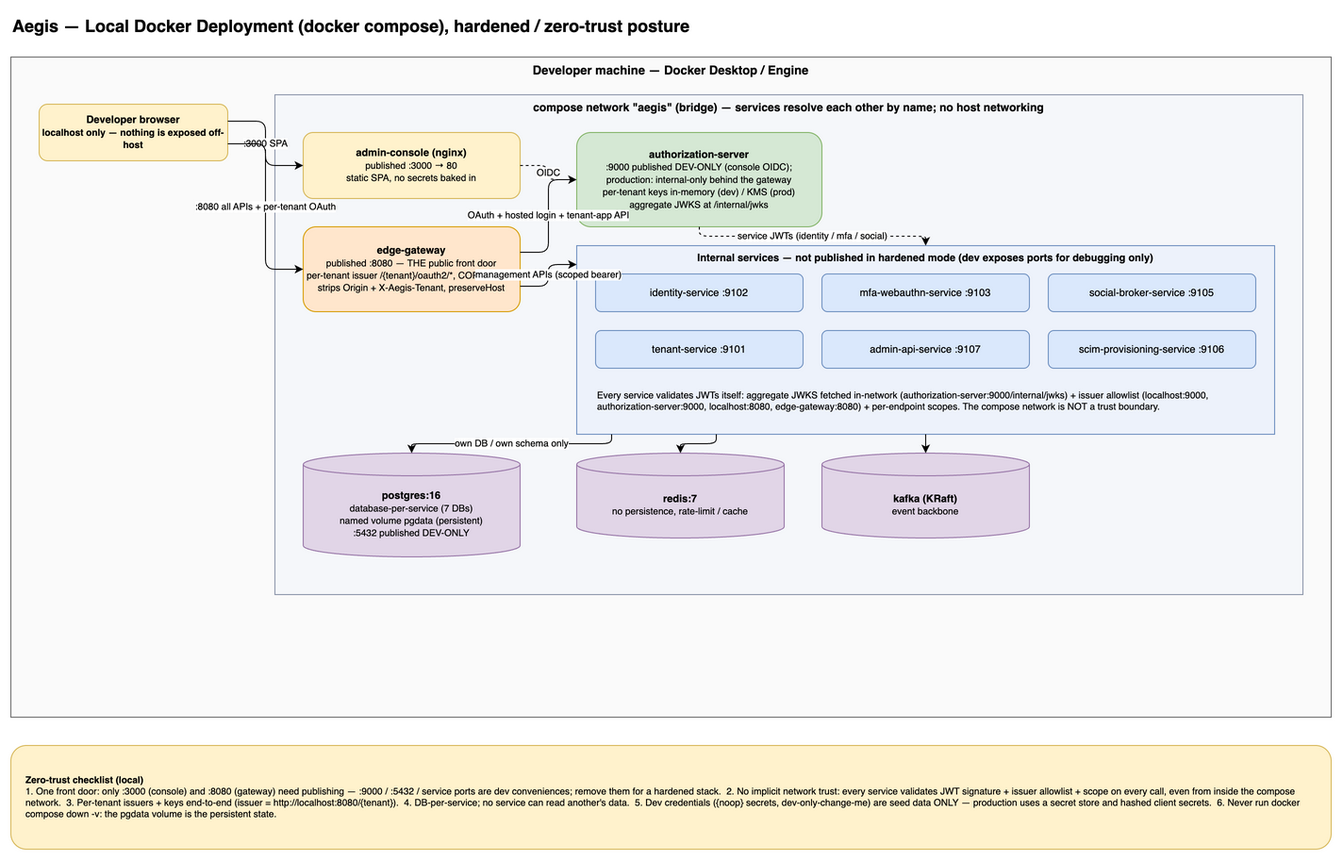
Earlier version of the draw.io export architecture/diagrams/infra-docker-local.drawio.png (AegisIdentity/aegis-platform-docs). Source tidied: cells renumbered, new cells last; positions are measured from the earlier drawing's top-left corner, leaving out a move shared by most shapes. The source it was exported from:
```xml
<mxGraphModel>
  <root>
    <mxCell id="0" />
    <mxCell id="1" parent="0" />
    <mxCell id="2" value="Aegis — Local Docker Deployment (docker compose), hardened / zero-trust posture" style="text;html=1;fontSize=18;fontStyle=1;align=left;" parent="1" vertex="1">
      <mxGeometry width="1000" height="30" as="geometry" />
    </mxCell>
    <mxCell id="3" value="Developer machine — Docker Desktop / Engine" style="rounded=0;whiteSpace=wrap;html=1;verticalAlign=top;fontStyle=1;fillColor=#FAFAFA;strokeColor=#666666;fontSize=13;" parent="1" vertex="1">
      <mxGeometry y="50" width="1400" height="700" as="geometry" />
    </mxCell>
    <mxCell id="4" value="Developer browser&lt;br&gt;&lt;font style=&quot;font-size:10px&quot;&gt;localhost only — nothing is exposed off-host&lt;/font&gt;" style="rounded=1;whiteSpace=wrap;html=1;fillColor=#FFF2CC;strokeColor=#D6B656;fontSize=11;fontStyle=1;" parent="1" vertex="1">
      <mxGeometry x="30" y="100" width="200" height="60" as="geometry" />
    </mxCell>
    <mxCell id="5" value="compose network &quot;aegis&quot; (bridge) — services resolve each other by name; no host networking" style="rounded=0;whiteSpace=wrap;html=1;verticalAlign=top;fontStyle=1;fillColor=#F5F7FA;strokeColor=#8892A6;fontSize=12;" parent="1" vertex="1">
      <mxGeometry x="280" y="90" width="1090" height="530" as="geometry" />
    </mxCell>
    <mxCell id="6" value="admin-console (nginx)&lt;br&gt;&lt;font style=&quot;font-size:10px;font-weight:normal&quot;&gt;published :3000 → 80&lt;br&gt;static SPA, no secrets baked in&lt;/font&gt;" style="rounded=1;whiteSpace=wrap;html=1;fillColor=#FFF2CC;strokeColor=#D6B656;fontSize=11;fontStyle=1;" parent="1" vertex="1">
      <mxGeometry x="310" y="130" width="230" height="70" as="geometry" />
    </mxCell>
    <mxCell id="7" value="edge-gateway&lt;br&gt;&lt;font style=&quot;font-size:10px;font-weight:normal&quot;&gt;published :8080 — THE public front door&lt;br&gt;per-tenant issuer /{tenant}/oauth2/*, CORS owner,&lt;br&gt;strips Origin + X-Aegis-Tenant, preserveHost&lt;/font&gt;" style="rounded=1;whiteSpace=wrap;html=1;fillColor=#FFE6CC;strokeColor=#D79B00;fontSize=11;fontStyle=1;" parent="1" vertex="1">
      <mxGeometry x="310" y="230" width="230" height="90" as="geometry" />
    </mxCell>
    <mxCell id="8" value="authorization-server&lt;br&gt;&lt;font style=&quot;font-size:10px;font-weight:normal&quot;&gt;:9000 published DEV-ONLY (console OIDC);&lt;br&gt;production: internal-only behind the gateway&lt;br&gt;per-tenant keys in-memory (dev) / KMS (prod)&lt;br&gt;aggregate JWKS at /internal/jwks&lt;/font&gt;" style="rounded=1;whiteSpace=wrap;html=1;fillColor=#D5E8D4;strokeColor=#82B366;fontSize=11;fontStyle=1;" parent="1" vertex="1">
      <mxGeometry x="600" y="130" width="260" height="100" as="geometry" />
    </mxCell>
    <mxCell id="9" value="Internal services — not published in hardened mode (dev exposes ports for debugging only)" style="rounded=0;whiteSpace=wrap;html=1;verticalAlign=top;fontStyle=1;fillColor=#EDF2FB;strokeColor=#6C8EBF;fontSize=11;" parent="1" vertex="1">
      <mxGeometry x="600" y="250" width="740" height="200" as="geometry" />
    </mxCell>
    <mxCell id="10" value="identity-service :9102" style="rounded=1;whiteSpace=wrap;html=1;fillColor=#DAE8FC;strokeColor=#6C8EBF;fontSize=11;" parent="1" vertex="1">
      <mxGeometry x="620" y="280" width="220" height="40" as="geometry" />
    </mxCell>
    <mxCell id="11" value="mfa-webauthn-service :9103" style="rounded=1;whiteSpace=wrap;html=1;fillColor=#DAE8FC;strokeColor=#6C8EBF;fontSize=11;" parent="1" vertex="1">
      <mxGeometry x="860" y="280" width="220" height="40" as="geometry" />
    </mxCell>
    <mxCell id="12" value="social-broker-service :9105" style="rounded=1;whiteSpace=wrap;html=1;fillColor=#DAE8FC;strokeColor=#6C8EBF;fontSize=11;" parent="1" vertex="1">
      <mxGeometry x="1100" y="280" width="220" height="40" as="geometry" />
    </mxCell>
    <mxCell id="13" value="tenant-service :9101" style="rounded=1;whiteSpace=wrap;html=1;fillColor=#DAE8FC;strokeColor=#6C8EBF;fontSize=11;" parent="1" vertex="1">
      <mxGeometry x="620" y="340" width="220" height="40" as="geometry" />
    </mxCell>
    <mxCell id="14" value="admin-api-service :9107" style="rounded=1;whiteSpace=wrap;html=1;fillColor=#DAE8FC;strokeColor=#6C8EBF;fontSize=11;" parent="1" vertex="1">
      <mxGeometry x="860" y="340" width="220" height="40" as="geometry" />
    </mxCell>
    <mxCell id="15" value="scim-provisioning-service :9106" style="rounded=1;whiteSpace=wrap;html=1;fillColor=#DAE8FC;strokeColor=#6C8EBF;fontSize=11;" parent="1" vertex="1">
      <mxGeometry x="1100" y="340" width="220" height="40" as="geometry" />
    </mxCell>
    <mxCell id="16" value="Every service validates JWTs itself: aggregate JWKS fetched in-network (authorization-server:9000/internal/jwks) + issuer allowlist (localhost:9000, authorization-server:9000, localhost:8080, edge-gateway:8080) + per-endpoint scopes. The compose network is NOT a trust boundary." style="rounded=0;whiteSpace=wrap;html=1;fontSize=10;align=left;fillColor=none;strokeColor=none;" parent="1" vertex="1">
      <mxGeometry x="620" y="390" width="700" height="50" as="geometry" />
    </mxCell>
    <mxCell id="17" value="postgres:16&lt;br&gt;&lt;font style=&quot;font-size:10px;font-weight:normal&quot;&gt;database-per-service (7 DBs)&lt;br&gt;named volume pgdata (persistent)&lt;br&gt;:5432 published DEV-ONLY&lt;/font&gt;" style="shape=cylinder3;whiteSpace=wrap;html=1;boundedLbl=1;backgroundOutline=1;size=12;fillColor=#E1D5E7;strokeColor=#9673A6;fontSize=11;fontStyle=1;" parent="1" vertex="1">
      <mxGeometry x="310" y="470" width="230" height="110" as="geometry" />
    </mxCell>
    <mxCell id="18" value="redis:7&lt;br&gt;&lt;font style=&quot;font-size:10px;font-weight:normal&quot;&gt;no persistence, rate-limit / cache&lt;/font&gt;" style="shape=cylinder3;whiteSpace=wrap;html=1;boundedLbl=1;backgroundOutline=1;size=12;fillColor=#E1D5E7;strokeColor=#9673A6;fontSize=11;fontStyle=1;" parent="1" vertex="1">
      <mxGeometry x="600" y="470" width="220" height="90" as="geometry" />
    </mxCell>
    <mxCell id="19" value="kafka (KRaft)&lt;br&gt;&lt;font style=&quot;font-size:10px;font-weight:normal&quot;&gt;event backbone&lt;/font&gt;" style="shape=cylinder3;whiteSpace=wrap;html=1;boundedLbl=1;backgroundOutline=1;size=12;fillColor=#E1D5E7;strokeColor=#9673A6;fontSize=11;fontStyle=1;" parent="1" vertex="1">
      <mxGeometry x="860" y="470" width="220" height="90" as="geometry" />
    </mxCell>
    <mxCell id="20" value=":3000 SPA" style="edgeStyle=orthogonalEdgeStyle;rounded=1;html=1;fontSize=10;labelBackgroundColor=#FFFFFF;exitX=1;exitY=0.3;entryX=0;entryY=0.5;" parent="1" edge="1" source="4" target="6">
      <mxGeometry relative="1" as="geometry" />
    </mxCell>
    <mxCell id="21" value=":8080 all APIs + per-tenant OAuth" style="edgeStyle=orthogonalEdgeStyle;rounded=1;html=1;fontSize=10;labelBackgroundColor=#FFFFFF;exitX=1;exitY=0.7;entryX=0;entryY=0.5;" parent="1" edge="1" source="4" target="7">
      <mxGeometry relative="1" as="geometry" />
    </mxCell>
    <mxCell id="22" value="OAuth + hosted login + tenant-app API" style="edgeStyle=orthogonalEdgeStyle;rounded=1;html=1;fontSize=10;exitX=1;exitY=0.3;entryX=0;entryY=0.5;" parent="1" edge="1" source="7" target="8">
      <mxGeometry relative="1" as="geometry" />
    </mxCell>
    <mxCell id="23" value="management APIs (scoped bearer)" style="edgeStyle=orthogonalEdgeStyle;rounded=1;html=1;fontSize=10;labelBackgroundColor=#FFFFFF;exitX=1;exitY=0.7;entryX=0;entryY=0.1;" parent="1" edge="1" source="7" target="9">
      <mxGeometry relative="1" as="geometry" />
    </mxCell>
    <mxCell id="24" value="service JWTs (identity / mfa / social)" style="edgeStyle=orthogonalEdgeStyle;rounded=1;html=1;fontSize=10;dashed=1;exitX=0.5;exitY=1;entryX=0.5;entryY=0;" parent="1" edge="1" source="8" target="9">
      <mxGeometry relative="1" as="geometry" />
    </mxCell>
    <mxCell id="25" style="edgeStyle=orthogonalEdgeStyle;rounded=1;html=1;fontSize=10;exitX=0.2;exitY=1;entryX=0.5;entryY=0;" parent="1" edge="1" source="9" target="18">
      <mxGeometry relative="1" as="geometry" />
    </mxCell>
    <mxCell id="26" value="own DB / own schema only" style="edgeStyle=orthogonalEdgeStyle;rounded=1;html=1;fontSize=10;exitX=0.05;exitY=1;entryX=0.5;entryY=0;" parent="1" edge="1" source="9" target="17">
      <mxGeometry relative="1" as="geometry" />
    </mxCell>
    <mxCell id="27" style="edgeStyle=orthogonalEdgeStyle;rounded=1;html=1;fontSize=10;exitX=0.5;exitY=1;entryX=0.5;entryY=0;" parent="1" edge="1" source="9" target="19">
      <mxGeometry relative="1" as="geometry" />
    </mxCell>
    <mxCell id="28" value="&lt;b&gt;Zero-trust checklist (local)&lt;/b&gt;&lt;br&gt;1. One front door: only :3000 (console) and :8080 (gateway) need publishing — :9000 / :5432 / service ports are dev conveniences; remove them for a hardened stack.&amp;nbsp;&amp;nbsp;2. No implicit network trust: every service validates JWT signature + issuer allowlist + scope on every call, even from inside the compose network.&amp;nbsp;&amp;nbsp;3. Per-tenant issuers + keys end-to-end (issuer = http://localhost:8080/{tenant}).&amp;nbsp;&amp;nbsp;4. DB-per-service; no service can read another's data.&amp;nbsp;&amp;nbsp;5. Dev credentials ({noop} secrets, dev-only-change-me) are seed data ONLY — production uses a secret store and hashed client secrets.&amp;nbsp;&amp;nbsp;6. Never run docker compose down -v: the pgdata volume is the persistent state." style="rounded=1;whiteSpace=wrap;html=1;fillColor=#FFF2CC;strokeColor=#D6B656;fontSize=10;align=left;spacingLeft=10;spacing=6;" parent="1" vertex="1">
      <mxGeometry y="780" width="1400" height="110" as="geometry" />
    </mxCell>
    <mxCell id="29" value="OIDC" style="edgeStyle=orthogonalEdgeStyle;rounded=1;html=1;fontSize=10;dashed=1;exitX=1;exitY=0.5;entryX=0;entryY=0.5;" parent="1" edge="1" source="6" target="8">
      <mxGeometry relative="1" as="geometry" />
    </mxCell>
  </root>
</mxGraphModel>
```
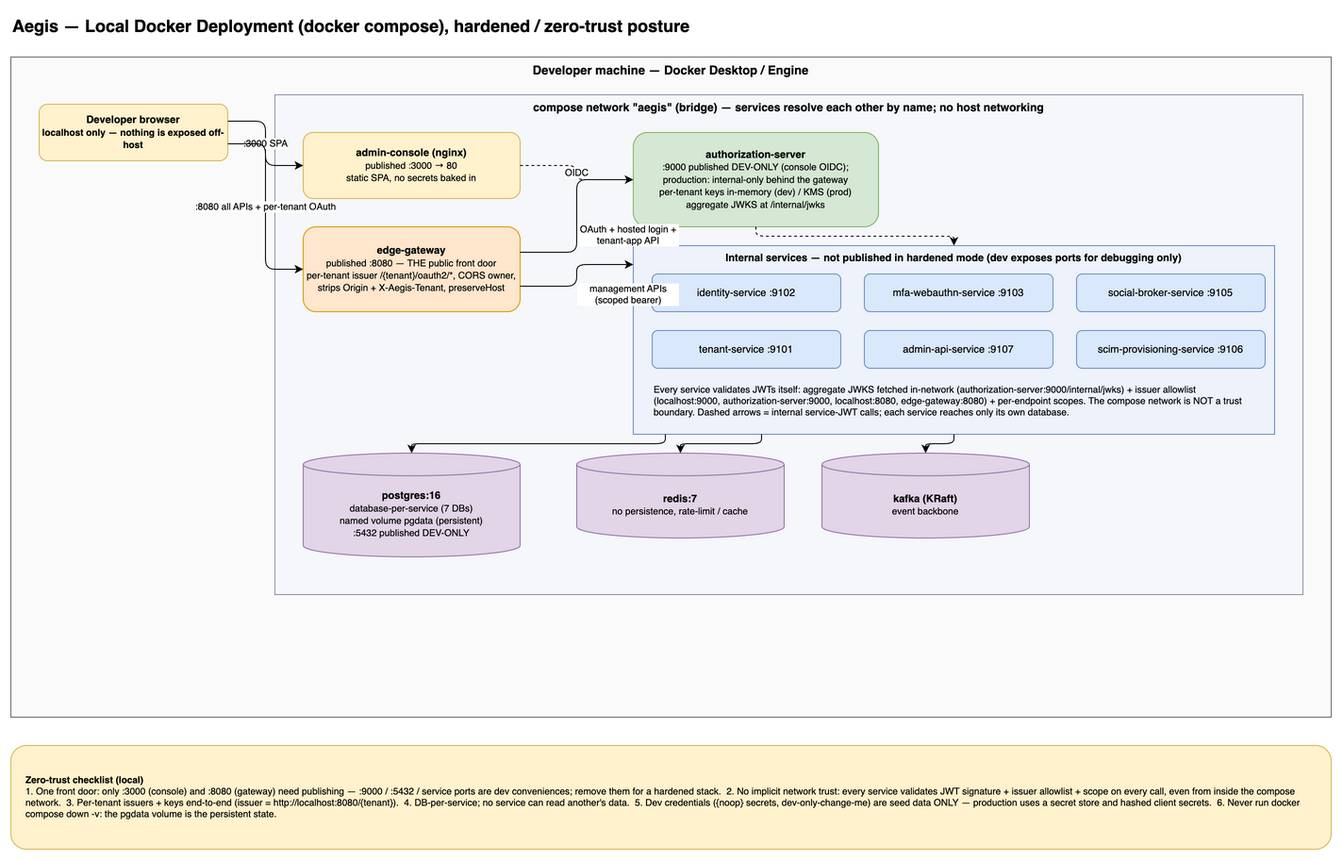
Above is the later version.

Change to the diagram source:
```diff
@@ -21,31 +21,31 @@
       <mxGeometry x="310" y="230" width="230" height="90" as="geometry" />
     </mxCell>
     <mxCell id="8" value="authorization-server&lt;br&gt;&lt;font style=&quot;font-size:10px;font-weight:normal&quot;&gt;:9000 published DEV-ONLY (console OIDC);&lt;br&gt;production: internal-only behind the gateway&lt;br&gt;per-tenant keys in-memory (dev) / KMS (prod)&lt;br&gt;aggregate JWKS at /internal/jwks&lt;/font&gt;" style="rounded=1;whiteSpace=wrap;html=1;fillColor=#D5E8D4;strokeColor=#82B366;fontSize=11;fontStyle=1;" parent="1" vertex="1">
-      <mxGeometry x="600" y="130" width="260" height="100" as="geometry" />
+      <mxGeometry x="660" y="130" width="260" height="100" as="geometry" />
     </mxCell>
     <mxCell id="9" value="Internal services — not published in hardened mode (dev exposes ports for debugging only)" style="rounded=0;whiteSpace=wrap;html=1;verticalAlign=top;fontStyle=1;fillColor=#EDF2FB;strokeColor=#6C8EBF;fontSize=11;" parent="1" vertex="1">
-      <mxGeometry x="600" y="250" width="740" height="200" as="geometry" />
+      <mxGeometry x="660" y="250" width="680" height="200" as="geometry" />
     </mxCell>
     <mxCell id="10" value="identity-service :9102" style="rounded=1;whiteSpace=wrap;html=1;fillColor=#DAE8FC;strokeColor=#6C8EBF;fontSize=11;" parent="1" vertex="1">
-      <mxGeometry x="620" y="280" width="220" height="40" as="geometry" />
+      <mxGeometry x="680" y="280" width="200" height="40" as="geometry" />
     </mxCell>
     <mxCell id="11" value="mfa-webauthn-service :9103" style="rounded=1;whiteSpace=wrap;html=1;fillColor=#DAE8FC;strokeColor=#6C8EBF;fontSize=11;" parent="1" vertex="1">
-      <mxGeometry x="860" y="280" width="220" height="40" as="geometry" />
+      <mxGeometry x="905" y="280" width="200" height="40" as="geometry" />
     </mxCell>
     <mxCell id="12" value="social-broker-service :9105" style="rounded=1;whiteSpace=wrap;html=1;fillColor=#DAE8FC;strokeColor=#6C8EBF;fontSize=11;" parent="1" vertex="1">
-      <mxGeometry x="1100" y="280" width="220" height="40" as="geometry" />
+      <mxGeometry x="1130" y="280" width="200" height="40" as="geometry" />
     </mxCell>
     <mxCell id="13" value="tenant-service :9101" style="rounded=1;whiteSpace=wrap;html=1;fillColor=#DAE8FC;strokeColor=#6C8EBF;fontSize=11;" parent="1" vertex="1">
-      <mxGeometry x="620" y="340" width="220" height="40" as="geometry" />
+      <mxGeometry x="680" y="340" width="200" height="40" as="geometry" />
     </mxCell>
     <mxCell id="14" value="admin-api-service :9107" style="rounded=1;whiteSpace=wrap;html=1;fillColor=#DAE8FC;strokeColor=#6C8EBF;fontSize=11;" parent="1" vertex="1">
-      <mxGeometry x="860" y="340" width="220" height="40" as="geometry" />
+      <mxGeometry x="905" y="340" width="200" height="40" as="geometry" />
     </mxCell>
     <mxCell id="15" value="scim-provisioning-service :9106" style="rounded=1;whiteSpace=wrap;html=1;fillColor=#DAE8FC;strokeColor=#6C8EBF;fontSize=11;" parent="1" vertex="1">
-      <mxGeometry x="1100" y="340" width="220" height="40" as="geometry" />
+      <mxGeometry x="1130" y="340" width="200" height="40" as="geometry" />
     </mxCell>
-    <mxCell id="16" value="Every service validates JWTs itself: aggregate JWKS fetched in-network (authorization-server:9000/internal/jwks) + issuer allowlist (localhost:9000, authorization-server:9000, localhost:8080, edge-gateway:8080) + per-endpoint scopes. The compose network is NOT a trust boundary." style="rounded=0;whiteSpace=wrap;html=1;fontSize=10;align=left;fillColor=none;strokeColor=none;" parent="1" vertex="1">
-      <mxGeometry x="620" y="390" width="700" height="50" as="geometry" />
+    <mxCell id="16" value="Every service validates JWTs itself: aggregate JWKS fetched in-network (authorization-server:9000/internal/jwks) + issuer allowlist (localhost:9000, authorization-server:9000, localhost:8080, edge-gateway:8080) + per-endpoint scopes. The compose network is NOT a trust boundary. Dashed arrows = internal service-JWT calls; each service reaches only its own database." style="rounded=0;whiteSpace=wrap;html=1;fontSize=10;align=left;fillColor=none;strokeColor=none;" parent="1" vertex="1">
+      <mxGeometry x="680" y="390" width="640" height="50" as="geometry" />
     </mxCell>
     <mxCell id="17" value="postgres:16&lt;br&gt;&lt;font style=&quot;font-size:10px;font-weight:normal&quot;&gt;database-per-service (7 DBs)&lt;br&gt;named volume pgdata (persistent)&lt;br&gt;:5432 published DEV-ONLY&lt;/font&gt;" style="shape=cylinder3;whiteSpace=wrap;html=1;boundedLbl=1;backgroundOutline=1;size=12;fillColor=#E1D5E7;strokeColor=#9673A6;fontSize=11;fontStyle=1;" parent="1" vertex="1">
       <mxGeometry x="310" y="470" width="230" height="110" as="geometry" />
@@ -62,19 +62,25 @@
     <mxCell id="21" value=":8080 all APIs + per-tenant OAuth" style="edgeStyle=orthogonalEdgeStyle;rounded=1;html=1;fontSize=10;labelBackgroundColor=#FFFFFF;exitX=1;exitY=0.7;entryX=0;entryY=0.5;" parent="1" edge="1" source="4" target="7">
       <mxGeometry relative="1" as="geometry" />
     </mxCell>
-    <mxCell id="22" value="OAuth + hosted login + tenant-app API" style="edgeStyle=orthogonalEdgeStyle;rounded=1;html=1;fontSize=10;exitX=1;exitY=0.3;entryX=0;entryY=0.5;" parent="1" edge="1" source="7" target="8">
+    <mxCell id="22" style="edgeStyle=orthogonalEdgeStyle;rounded=1;html=1;fontSize=10;exitX=1;exitY=0.3;entryX=0;entryY=0.5;" parent="1" edge="1" source="7" target="8">
       <mxGeometry relative="1" as="geometry" />
     </mxCell>
+    <mxCell id="30" value="OAuth + hosted login + tenant-app API" style="edgeLabel;html=1;align=center;verticalAlign=middle;whiteSpace=wrap;labelBackgroundColor=#FFFFFF;fontSize=10;" parent="22" vertex="1">
+      <mxGeometry width="110" height="42" relative="1" as="geometry" />
+    </mxCell>
-    <mxCell id="23" value="management APIs (scoped bearer)" style="edgeStyle=orthogonalEdgeStyle;rounded=1;html=1;fontSize=10;labelBackgroundColor=#FFFFFF;exitX=1;exitY=0.7;entryX=0;entryY=0.1;" parent="1" edge="1" source="7" target="9">
+    <mxCell id="23" style="edgeStyle=orthogonalEdgeStyle;rounded=1;html=1;fontSize=10;labelBackgroundColor=#FFFFFF;exitX=1;exitY=0.7;entryX=0;entryY=0.1;" parent="1" edge="1" source="7" target="9">
       <mxGeometry relative="1" as="geometry" />
     </mxCell>
+    <mxCell id="31" value="management APIs (scoped bearer)" style="edgeLabel;html=1;align=center;verticalAlign=middle;whiteSpace=wrap;labelBackgroundColor=#FFFFFF;fontSize=10;" parent="23" vertex="1">
+      <mxGeometry width="110" height="42" relative="1" as="geometry" />
+    </mxCell>
-    <mxCell id="24" value="service JWTs (identity / mfa / social)" style="edgeStyle=orthogonalEdgeStyle;rounded=1;html=1;fontSize=10;dashed=1;exitX=0.5;exitY=1;entryX=0.5;entryY=0;" parent="1" edge="1" source="8" target="9">
+    <mxCell id="24" style="edgeStyle=orthogonalEdgeStyle;rounded=1;html=1;fontSize=10;dashed=1;exitX=0.5;exitY=1;entryX=0.5;entryY=0;" parent="1" edge="1" source="8" target="9">
       <mxGeometry relative="1" as="geometry" />
     </mxCell>
     <mxCell id="25" style="edgeStyle=orthogonalEdgeStyle;rounded=1;html=1;fontSize=10;exitX=0.2;exitY=1;entryX=0.5;entryY=0;" parent="1" edge="1" source="9" target="18">
       <mxGeometry relative="1" as="geometry" />
     </mxCell>
-    <mxCell id="26" value="own DB / own schema only" style="edgeStyle=orthogonalEdgeStyle;rounded=1;html=1;fontSize=10;exitX=0.05;exitY=1;entryX=0.5;entryY=0;" parent="1" edge="1" source="9" target="17">
+    <mxCell id="26" style="edgeStyle=orthogonalEdgeStyle;rounded=1;html=1;fontSize=10;exitX=0.05;exitY=1;entryX=0.5;entryY=0;" parent="1" edge="1" source="9" target="17">
       <mxGeometry relative="1" as="geometry" />
     </mxCell>
     <mxCell id="27" style="edgeStyle=orthogonalEdgeStyle;rounded=1;html=1;fontSize=10;exitX=0.5;exitY=1;entryX=0.5;entryY=0;" parent="1" edge="1" source="9" target="19">
@@ -83,7 +89,7 @@
     <mxCell id="28" value="&lt;b&gt;Zero-trust checklist (local)&lt;/b&gt;&lt;br&gt;1. One front door: only :3000 (console) and :8080 (gateway) need publishing — :9000 / :5432 / service ports are dev conveniences; remove them for a hardened stack.&amp;nbsp;&amp;nbsp;2. No implicit network trust: every service validates JWT signature + issuer allowlist + scope on every call, even from inside the compose network.&amp;nbsp;&amp;nbsp;3. Per-tenant issuers + keys end-to-end (issuer = http://localhost:8080/{tenant}).&amp;nbsp;&amp;nbsp;4. DB-per-service; no service can read another's data.&amp;nbsp;&amp;nbsp;5. Dev credentials ({noop} secrets, dev-only-change-me) are seed data ONLY — production uses a secret store and hashed client secrets.&amp;nbsp;&amp;nbsp;6. Never run docker compose down -v: the pgdata volume is the persistent state." style="rounded=1;whiteSpace=wrap;html=1;fillColor=#FFF2CC;strokeColor=#D6B656;fontSize=10;align=left;spacingLeft=10;spacing=6;" parent="1" vertex="1">
       <mxGeometry y="780" width="1400" height="110" as="geometry" />
     </mxCell>
-    <mxCell id="29" value="OIDC" style="edgeStyle=orthogonalEdgeStyle;rounded=1;html=1;fontSize=10;dashed=1;exitX=1;exitY=0.5;entryX=0;entryY=0.5;" parent="1" edge="1" source="6" target="8">
+    <mxCell id="29" value="OIDC" style="edgeStyle=orthogonalEdgeStyle;rounded=1;html=1;fontSize=10;labelBackgroundColor=#FFFFFF;dashed=1;exitX=1;exitY=0.5;entryX=0;entryY=0.5;" parent="1" edge="1" source="6" target="8">
       <mxGeometry relative="1" as="geometry" />
     </mxCell>
   </root>
```
